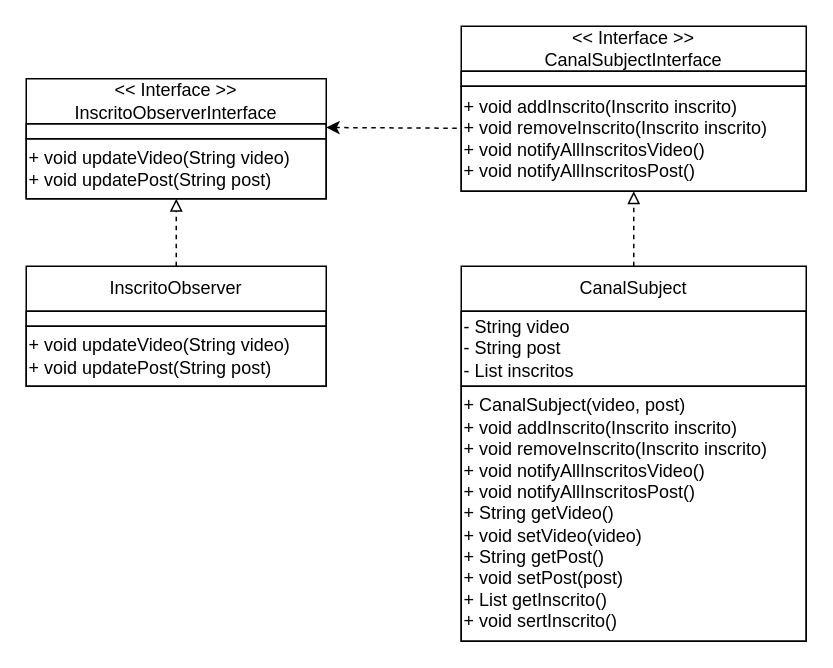
The draw.io diagram padroesProjetosSistemas/observer/Observer.drawio in AugustoTSantos/Bertoti, before the edit. Source tidied: cells renumbered, new cells numbered last; positions are measured from the earlier drawing's top-left corner, leaving out a move shared by most shapes. Both pictures are drawn from the tidied source at 150%, with x=0, y=0 at pixel (26, 26).
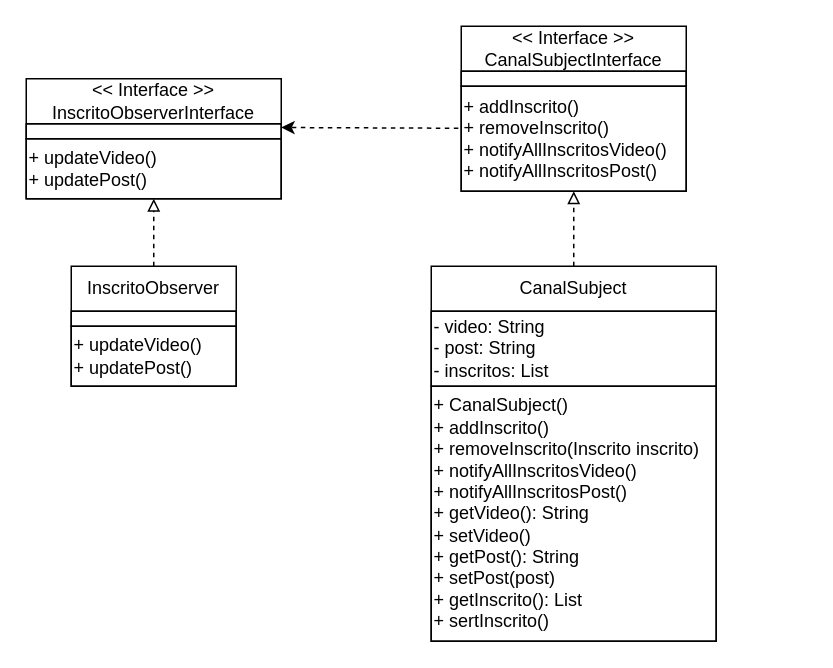
Above is the later version.

What changed in the source:
```diff
@@
 <mxGraphModel>
   <root>
     <mxCell id="0" />
     <mxCell id="1" parent="0" />
     <mxCell id="2" style="edgeStyle=none;html=1;dashed=1;endArrow=classic;endFill=1;entryX=1;entryY=0.25;entryDx=0;entryDy=0;exitX=-0.013;exitY=0.4;exitDx=0;exitDy=0;exitPerimeter=0;" parent="1" edge="1" source="12" target="4">
       <mxGeometry relative="1" as="geometry" />
     </mxCell>
     <mxCell id="3" value="&amp;lt;&amp;lt; Interface &amp;gt;&amp;gt;&lt;br&gt;InscritoObserverInterface" style="swimlane;fontStyle=0;horizontal=1;startSize=30;whiteSpace=wrap;html=1;glass=0;" parent="1" vertex="1">
-      <mxGeometry y="35" width="200" height="80" as="geometry" />
+      <mxGeometry y="35" width="170" height="80" as="geometry" />
     </mxCell>
     <mxCell id="4" style="text;html=1;strokeColor=default;fillColor=none;align=center;verticalAlign=middle;whiteSpace=wrap;rounded=0;glass=0;" parent="3" vertex="1">
-      <mxGeometry y="30" width="200" height="10" as="geometry" />
+      <mxGeometry y="30" width="170" height="10" as="geometry" />
     </mxCell>
-    <mxCell id="5" value="&lt;div style=&quot;&quot;&gt;&lt;span style=&quot;background-color: initial;&quot;&gt;+ void updateVideo(String video)&lt;/span&gt;&lt;/div&gt;&lt;div style=&quot;&quot;&gt;&lt;span style=&quot;background-color: initial;&quot;&gt;+ void updatePost(String post)&lt;/span&gt;&lt;/div&gt;" style="text;html=1;align=left;verticalAlign=middle;points=[];strokeColor=default;fillColor=none;" parent="3" vertex="1">
-      <mxGeometry y="40" width="200" height="40" as="geometry" />
+    <mxCell id="5" value="&lt;div style=&quot;&quot;&gt;&lt;span style=&quot;background-color: initial;&quot;&gt;+ updateVideo()&lt;/span&gt;&lt;/div&gt;&lt;div style=&quot;&quot;&gt;&lt;span style=&quot;background-color: initial;&quot;&gt;+ updatePost()&lt;/span&gt;&lt;/div&gt;" style="text;html=1;align=left;verticalAlign=middle;points=[];strokeColor=default;fillColor=none;" parent="3" vertex="1">
+      <mxGeometry y="40" width="170" height="40" as="geometry" />
     </mxCell>
     <mxCell id="6" style="edgeStyle=none;html=1;dashed=1;endArrow=block;endFill=0;" parent="1" edge="1" source="7" target="5">
       <mxGeometry relative="1" as="geometry" />
     </mxCell>
     <mxCell id="7" value="InscritoObserver" style="swimlane;fontStyle=0;horizontal=1;startSize=30;whiteSpace=wrap;html=1;glass=0;" parent="1" vertex="1">
-      <mxGeometry y="160" width="200" height="80" as="geometry" />
+      <mxGeometry x="30" y="160" width="110" height="80" as="geometry" />
     </mxCell>
     <mxCell id="8" style="text;html=1;strokeColor=default;fillColor=none;align=center;verticalAlign=middle;whiteSpace=wrap;rounded=0;glass=0;" parent="7" vertex="1">
-      <mxGeometry y="30" width="200" height="10" as="geometry" />
+      <mxGeometry y="30" width="110" height="10" as="geometry" />
     </mxCell>
-    <mxCell id="9" value="&lt;div style=&quot;&quot;&gt;&lt;span style=&quot;background-color: initial;&quot;&gt;+ void updateVideo(String video)&lt;/span&gt;&lt;/div&gt;&lt;div style=&quot;&quot;&gt;&lt;span style=&quot;background-color: initial;&quot;&gt;+ void updatePost(String post)&lt;/span&gt;&lt;/div&gt;" style="text;html=1;align=left;verticalAlign=middle;strokeColor=default;fillColor=none;" parent="7" vertex="1">
-      <mxGeometry y="40" width="200" height="40" as="geometry" />
+    <mxCell id="9" value="&lt;div style=&quot;&quot;&gt;&lt;span style=&quot;background-color: initial;&quot;&gt;+ updateVideo()&lt;/span&gt;&lt;/div&gt;&lt;div style=&quot;&quot;&gt;&lt;span style=&quot;background-color: initial;&quot;&gt;+ updatePost()&lt;/span&gt;&lt;/div&gt;" style="text;html=1;align=left;verticalAlign=middle;strokeColor=default;fillColor=none;" parent="7" vertex="1">
+      <mxGeometry y="40" width="110" height="40" as="geometry" />
     </mxCell>
     <mxCell id="10" value="&amp;lt;&amp;lt; Interface &amp;gt;&amp;gt;&lt;br&gt;CanalSubjectInterface" style="swimlane;fontStyle=0;horizontal=1;startSize=30;whiteSpace=wrap;html=1;glass=0;" parent="1" vertex="1">
-      <mxGeometry x="290" width="230" height="110" as="geometry" />
+      <mxGeometry x="290" width="150" height="110" as="geometry" />
     </mxCell>
     <mxCell id="11" style="text;html=1;strokeColor=default;fillColor=none;align=center;verticalAlign=middle;whiteSpace=wrap;rounded=0;glass=0;" parent="10" vertex="1">
-      <mxGeometry y="30" width="230" height="10" as="geometry" />
+      <mxGeometry y="30" width="150" height="10" as="geometry" />
     </mxCell>
-    <mxCell id="12" value="&lt;div style=&quot;&quot;&gt;+ void addInscrito(Inscrito inscrito)&lt;/div&gt;&lt;div style=&quot;&quot;&gt;+ void removeInscrito(Inscrito inscrito)&lt;/div&gt;&lt;div style=&quot;&quot;&gt;+ void notifyAllInscritosVideo()&lt;/div&gt;&lt;div style=&quot;&quot;&gt;+ void notifyAllInscritosPost()&lt;/div&gt;" style="text;html=1;align=left;verticalAlign=middle;points=[];strokeColor=default;fillColor=none;" parent="10" vertex="1">
-      <mxGeometry y="40" width="230" height="70" as="geometry" />
+    <mxCell id="12" value="&lt;div style=&quot;&quot;&gt;+ addInscrito()&lt;/div&gt;&lt;div style=&quot;&quot;&gt;+ removeInscrito()&lt;/div&gt;&lt;div style=&quot;&quot;&gt;+ notifyAllInscritosVideo()&lt;/div&gt;&lt;div style=&quot;&quot;&gt;+ notifyAllInscritosPost()&lt;/div&gt;" style="text;html=1;align=left;verticalAlign=middle;points=[];strokeColor=default;fillColor=none;" parent="10" vertex="1">
+      <mxGeometry y="40" width="150" height="70" as="geometry" />
     </mxCell>
     <mxCell id="13" style="edgeStyle=none;html=1;dashed=1;endArrow=block;endFill=0;" parent="1" edge="1" source="14" target="12">
       <mxGeometry relative="1" as="geometry" />
     </mxCell>
     <mxCell id="14" value="CanalSubject" style="swimlane;fontStyle=0;horizontal=1;startSize=30;whiteSpace=wrap;html=1;glass=0;" parent="1" vertex="1">
-      <mxGeometry x="290" y="160" width="230" height="250" as="geometry" />
+      <mxGeometry x="270" y="160" width="190" height="250" as="geometry" />
     </mxCell>
-    <mxCell id="15" value="- String video&lt;br&gt;- String post&lt;br&gt;- List inscritos" style="text;html=1;strokeColor=default;fillColor=none;align=left;verticalAlign=middle;whiteSpace=wrap;rounded=0;glass=0;" parent="14" vertex="1">
-      <mxGeometry y="30" width="230" height="50" as="geometry" />
+    <mxCell id="15" value="- video: String&lt;br&gt;- post: String&lt;br&gt;- inscritos: List" style="text;html=1;strokeColor=default;fillColor=none;align=left;verticalAlign=middle;whiteSpace=wrap;rounded=0;glass=0;" parent="14" vertex="1">
+      <mxGeometry y="30" width="190" height="50" as="geometry" />
     </mxCell>
-    <mxCell id="16" value="&lt;div style=&quot;&quot;&gt;&lt;span style=&quot;background-color: initial;&quot;&gt;+ CanalSubject(video, post)&lt;/span&gt;&lt;/div&gt;&lt;div style=&quot;&quot;&gt;&lt;span style=&quot;background-color: initial;&quot;&gt;+ void addInscrito(Inscrito inscrito)&lt;/span&gt;&lt;/div&gt;&lt;div style=&quot;&quot;&gt;+ void removeInscrito(Inscrito inscrito)&lt;/div&gt;&lt;div style=&quot;&quot;&gt;+ void notifyAllInscritosVideo()&lt;/div&gt;&lt;div style=&quot;&quot;&gt;+ void notifyAllInscritosPost()&lt;/div&gt;&lt;div style=&quot;&quot;&gt;+ String getVideo()&lt;/div&gt;&lt;div style=&quot;&quot;&gt;+ void setVideo(video)&lt;/div&gt;&lt;div style=&quot;&quot;&gt;+ String getPost()&lt;/div&gt;&lt;div style=&quot;&quot;&gt;+ void setPost(post)&lt;/div&gt;&lt;div style=&quot;&quot;&gt;+ List getInscrito()&lt;/div&gt;&lt;div style=&quot;&quot;&gt;+ void sertInscrito()&lt;/div&gt;" style="text;html=1;align=left;verticalAlign=middle;strokeColor=default;fillColor=none;" parent="14" vertex="1">
-      <mxGeometry y="80" width="230" height="170" as="geometry" />
+    <mxCell id="16" value="&lt;div style=&quot;&quot;&gt;&lt;span style=&quot;background-color: initial;&quot;&gt;+ CanalSubject()&lt;/span&gt;&lt;/div&gt;&lt;div style=&quot;&quot;&gt;&lt;span style=&quot;background-color: initial;&quot;&gt;+ addInscrito()&lt;/span&gt;&lt;/div&gt;&lt;div style=&quot;&quot;&gt;+ removeInscrito(Inscrito inscrito)&lt;/div&gt;&lt;div style=&quot;&quot;&gt;+ notifyAllInscritosVideo()&lt;/div&gt;&lt;div style=&quot;&quot;&gt;+ notifyAllInscritosPost()&lt;/div&gt;&lt;div style=&quot;&quot;&gt;+ getVideo(): String&lt;/div&gt;&lt;div style=&quot;&quot;&gt;+ setVideo()&lt;/div&gt;&lt;div style=&quot;&quot;&gt;+ getPost(): String&lt;/div&gt;&lt;div style=&quot;&quot;&gt;+ setPost(post)&lt;/div&gt;&lt;div style=&quot;&quot;&gt;+ getInscrito(): List&lt;/div&gt;&lt;div style=&quot;&quot;&gt;+ sertInscrito()&lt;/div&gt;" style="text;html=1;align=left;verticalAlign=middle;strokeColor=default;fillColor=none;" parent="14" vertex="1">
+      <mxGeometry y="80" width="190" height="170" as="geometry" />
     </mxCell>
   </root>
 </mxGraphModel>
```
